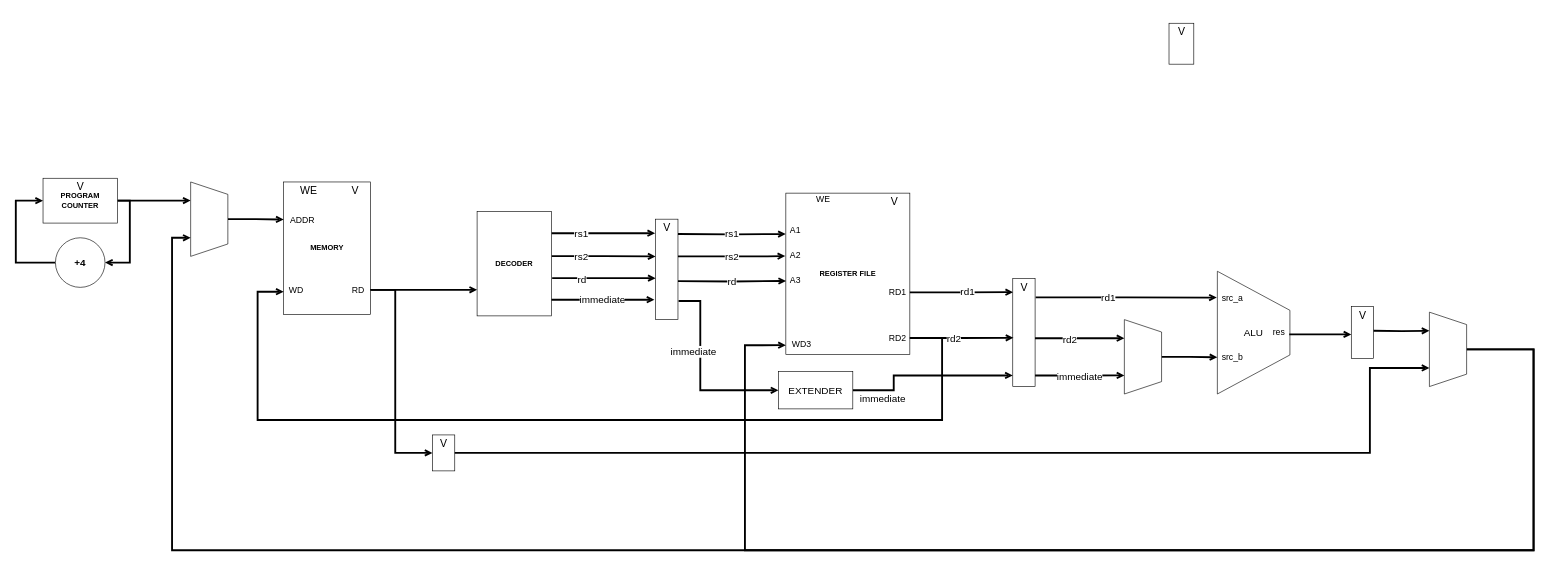
T-Szymk/FRiscV keeps this draw.io diagram as page "multicycle" (2 of 2) of doc/architecture.drawio. Above is the earlier version. Source tidied: cells renumbered, new cells numbered last; positions are measured from the earlier drawing's top-left corner, leaving out a move shared by most shapes. Both pictures are drawn from the tidied source at 62%, with x=0, y=0 at pixel (16, 11).
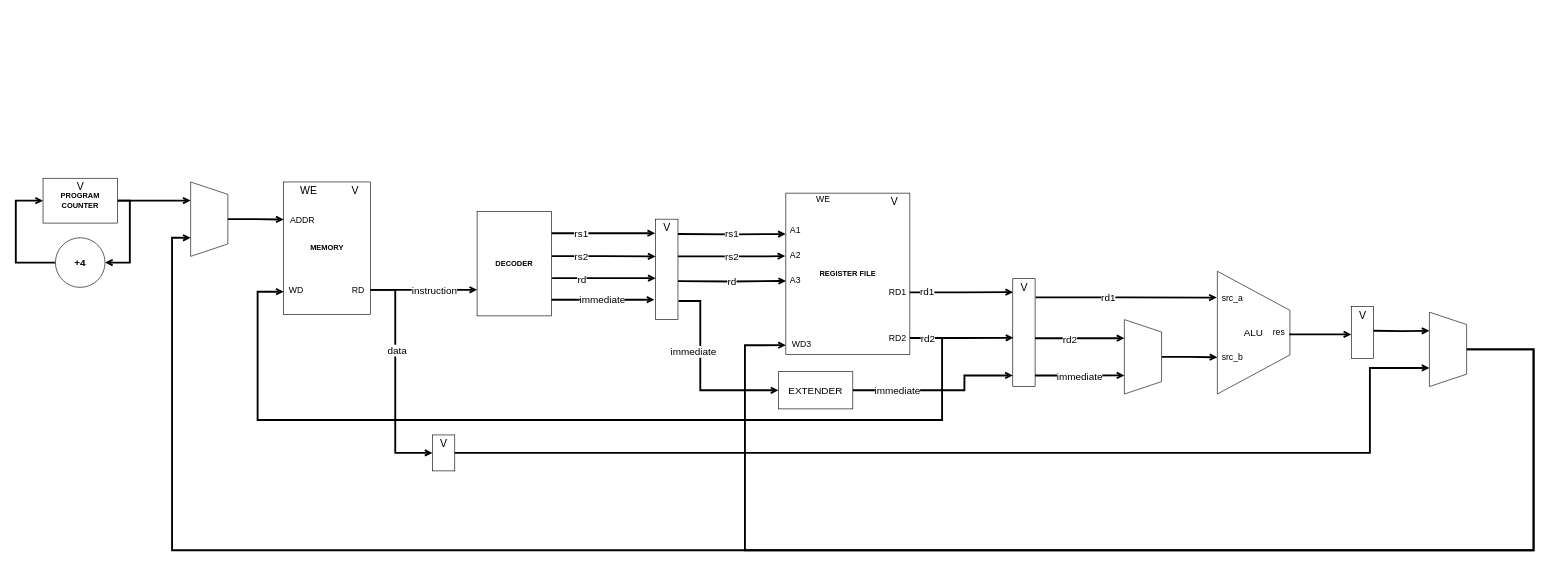
The same page after the edit.

The change refers to these unchanged cells:
```xml
<mxCell id="5" value="WD" style="text;html=1;align=center;verticalAlign=middle;points=[];strokeColor=none;fillColor=none;fontSize=14;" parent="2" vertex="1">
  <mxGeometry y="165.3" width="40" height="20.2" as="geometry" />
</mxCell>
<mxCell id="22" style="edgeStyle=orthogonalEdgeStyle;rounded=0;jettySize=auto;html=1;exitX=0.989;exitY=0.433;exitDx=0;exitDy=0;entryX=0;entryY=0.75;entryDx=0;entryDy=0;fontSize=12;endArrow=open;endFill=0;strokeWidth=3;exitPerimeter=0;" parent="1" edge="1" source="4" target="15">
  <mxGeometry relative="1" as="geometry" />
</mxCell>
<mxCell id="29" value="RD2" style="text;html=1;align=center;verticalAlign=middle;points=[];strokeColor=none;fillColor=none;fontSize=14;" parent="23" vertex="1">
  <mxGeometry x="160" y="223.7" width="40" height="20" as="geometry" />
</mxCell>
<mxCell id="41" style="edgeStyle=orthogonalEdgeStyle;rounded=0;jettySize=auto;html=1;entryX=0.015;entryY=0.125;entryDx=0;entryDy=0;fontSize=16;endArrow=open;endFill=0;strokeWidth=3;entryPerimeter=0;" parent="1" edge="1" source="28" target="44">
  <mxGeometry relative="1" as="geometry" />
</mxCell>
<mxCell id="44" style="rounded=0;whiteSpace=wrap;html=1;fontSize=11;" parent="43" vertex="1">
  <mxGeometry width="36" height="174" as="geometry" />
</mxCell>
<mxCell id="46" style="edgeStyle=orthogonalEdgeStyle;rounded=0;jettySize=auto;html=1;fontSize=16;endArrow=open;endFill=0;strokeWidth=3;entryX=0.028;entryY=0.548;entryDx=0;entryDy=0;entryPerimeter=0;" parent="1" edge="1" source="29" target="44">
  <mxGeometry relative="1" as="geometry" />
</mxCell>
<mxCell id="56" style="edgeStyle=orthogonalEdgeStyle;rounded=0;jettySize=auto;html=1;fontSize=12;endArrow=open;endFill=0;strokeWidth=3;entryX=0;entryY=0.5;entryDx=0;entryDy=0;" parent="1" edge="1" target="75">
  <mxGeometry relative="1" as="geometry">
    <mxPoint x="573" y="450" as="sourcePoint" />
    <Array as="points">
      <mxPoint x="612" y="450" />
      <mxPoint x="612" y="713" />
    </Array>
  </mxGeometry>
</mxCell>
<mxCell id="69" value="EXTENDER" style="rounded=0;whiteSpace=wrap;html=1;fontSize=16;" parent="1" vertex="1">
  <mxGeometry x="1230" y="582" width="120" height="60" as="geometry" />
</mxCell>
```

The edit, as a diff of the source:
```diff
@@
+    <mxCell id="77" style="edgeStyle=orthogonalEdgeStyle;rounded=0;jettySize=auto;html=1;entryX=0;entryY=0.581;entryDx=0;entryDy=0;entryPerimeter=0;fontSize=16;endArrow=open;endFill=0;strokeWidth=3;" parent="1" edge="1" source="29" target="5">
+      <mxGeometry relative="1" as="geometry">
+        <Array as="points">
+          <mxPoint x="1494" y="528" />
+          <mxPoint x="1494" y="660" />
+          <mxPoint x="390" y="660" />
+          <mxPoint x="390" y="453" />
+        </Array>
+      </mxGeometry>
+    </mxCell>
@@
-    <mxCell id="16" style="group;" parent="1" vertex="1">
-      <mxGeometry x="1860" width="40" height="86" as="geometry" />
-    </mxCell>
-    <mxCell id="17" style="rounded=0;whiteSpace=wrap;html=1;fontSize=11;" parent="16" vertex="1">
-      <mxGeometry y="20" width="40" height="66" as="geometry" />
-    </mxCell>
-    <mxCell id="18" value="V" style="text;html=1;align=center;verticalAlign=middle;strokeColor=none;fillColor=none;fontSize=17;" parent="16" vertex="1">
-      <mxGeometry x="5" y="20" width="30" height="30" as="geometry" />
-    </mxCell>
@@
+    <mxCell id="82" value="instruction" style="edgeLabel;html=1;align=center;verticalAlign=middle;fontSize=16;" parent="22" vertex="1">
+      <mxGeometry x="0.29" y="-5" relative="1" as="geometry">
+        <mxPoint x="-8" y="-4" as="offset" />
+      </mxGeometry>
+    </mxCell>
@@
     <mxCell id="42" value="rd1" style="edgeLabel;html=1;align=center;verticalAlign=middle;fontSize=16;" parent="41" vertex="1">
-      <mxGeometry x="0.12" y="2" relative="1" as="geometry" />
+      <mxGeometry x="0.12" y="2" relative="1" as="geometry">
+        <mxPoint x="-65" as="offset" />
+      </mxGeometry>
     </mxCell>
@@
     <mxCell id="47" value="rd2" style="edgeLabel;html=1;align=center;verticalAlign=middle;fontSize=16;" parent="46" vertex="1">
-      <mxGeometry x="-0.16" relative="1" as="geometry" />
+      <mxGeometry x="-0.16" relative="1" as="geometry">
+        <mxPoint x="-42" as="offset" />
+      </mxGeometry>
     </mxCell>
@@
+    <mxCell id="83" value="data" style="edgeLabel;html=1;align=center;verticalAlign=middle;fontSize=16;" parent="56" vertex="1">
+      <mxGeometry x="-0.25" y="2" relative="1" as="geometry" />
+    </mxCell>
@@
     <mxCell id="67" style="edgeStyle=orthogonalEdgeStyle;rounded=0;jettySize=auto;html=1;exitX=1;exitY=0.5;exitDx=0;exitDy=0;entryX=-0.001;entryY=0.897;entryDx=0;entryDy=0;entryPerimeter=0;fontSize=16;endArrow=open;endFill=0;strokeWidth=3;" parent="1" edge="1" source="69" target="44">
       <mxGeometry relative="1" as="geometry">
         <Array as="points">
-          <mxPoint x="1416" y="612" />
-          <mxPoint x="1416" y="588" />
+          <mxPoint x="1530" y="612" />
+          <mxPoint x="1530" y="588" />
         </Array>
       </mxGeometry>
     </mxCell>
     <mxCell id="68" value="immediate" style="edgeLabel;html=1;align=center;verticalAlign=middle;fontSize=16;" parent="67" vertex="1">
       <mxGeometry x="0.08" y="-1" relative="1" as="geometry">
-        <mxPoint x="-81" y="35" as="offset" />
+        <mxPoint x="-81" y="-1" as="offset" />
       </mxGeometry>
     </mxCell>
@@
-    <mxCell id="77" style="edgeStyle=orthogonalEdgeStyle;rounded=0;jettySize=auto;html=1;entryX=0;entryY=0.581;entryDx=0;entryDy=0;entryPerimeter=0;fontSize=16;endArrow=open;endFill=0;strokeWidth=3;" parent="1" edge="1" source="29" target="5">
-      <mxGeometry relative="1" as="geometry">
-        <Array as="points">
-          <mxPoint x="1494" y="528" />
-          <mxPoint x="1494" y="660" />
-          <mxPoint x="390" y="660" />
-          <mxPoint x="390" y="453" />
-        </Array>
-      </mxGeometry>
-    </mxCell>
```
